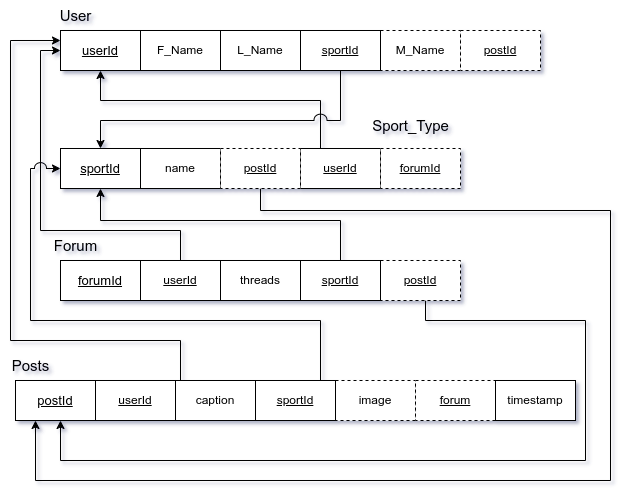
This is Dynamix Schema.png from kalviumcommunity/dynamix, a draw.io export, as it was before one commit. Source tidied: cells renumbered, new cells last; positions are measured from the earlier drawing's top-left corner, leaving out a move shared by most shapes. Its diagram source:
```xml
<mxGraphModel>
  <root>
    <mxCell id="0" />
    <mxCell id="1" parent="0" />
    <mxCell id="2" value="&lt;u&gt;userId&lt;/u&gt;" style="rounded=0;whiteSpace=wrap;html=1;fontSize=13;" parent="1" vertex="1">
      <mxGeometry x="60" y="30" width="80" height="40" as="geometry" />
    </mxCell>
    <mxCell id="3" value="F_Name" style="rounded=0;whiteSpace=wrap;html=1;" parent="1" vertex="1">
      <mxGeometry x="140" y="30" width="80" height="40" as="geometry" />
    </mxCell>
    <mxCell id="4" value="User" style="text;html=1;align=center;verticalAlign=middle;strokeColor=none;fillColor=none;fontSize=15;" parent="1" vertex="1">
      <mxGeometry x="50" width="50" height="30" as="geometry" />
    </mxCell>
    <mxCell id="5" value="L_Name" style="rounded=0;whiteSpace=wrap;html=1;" parent="1" vertex="1">
      <mxGeometry x="220" y="30" width="80" height="40" as="geometry" />
    </mxCell>
    <mxCell id="6" value="&lt;u&gt;postId&lt;/u&gt;" style="rounded=0;whiteSpace=wrap;html=1;dashed=1;" parent="1" vertex="1">
      <mxGeometry x="460" y="30" width="80" height="40" as="geometry" />
    </mxCell>
    <mxCell id="7" value="M_Name" style="rounded=0;whiteSpace=wrap;html=1;fillStyle=auto;dashed=1;" parent="1" vertex="1">
      <mxGeometry x="380" y="30" width="80" height="40" as="geometry" />
    </mxCell>
    <mxCell id="8" value="&lt;u&gt;sportId&lt;/u&gt;" style="rounded=0;whiteSpace=wrap;html=1;fontSize=13;" parent="1" vertex="1">
      <mxGeometry x="60" y="148" width="80" height="40" as="geometry" />
    </mxCell>
    <mxCell id="9" value="name" style="rounded=0;whiteSpace=wrap;html=1;" parent="1" vertex="1">
      <mxGeometry x="140" y="148" width="80" height="40" as="geometry" />
    </mxCell>
    <mxCell id="10" value="Sport_Type" style="text;html=1;align=center;verticalAlign=middle;strokeColor=none;fillColor=none;fontSize=15;" parent="1" vertex="1">
      <mxGeometry x="360" y="110" width="100" height="30" as="geometry" />
    </mxCell>
    <mxCell id="11" style="edgeStyle=orthogonalEdgeStyle;rounded=0;jettySize=auto;html=1;exitX=0.25;exitY=0;exitDx=0;exitDy=0;entryX=0.5;entryY=1;entryDx=0;entryDy=0;" parent="1" edge="1" source="12" target="2">
      <mxGeometry relative="1" as="geometry">
        <Array as="points">
          <mxPoint x="320" y="100" />
          <mxPoint x="100" y="100" />
        </Array>
      </mxGeometry>
    </mxCell>
    <mxCell id="12" value="&lt;u&gt;userId&lt;/u&gt;" style="rounded=0;whiteSpace=wrap;html=1;" parent="1" vertex="1">
      <mxGeometry x="300" y="148" width="80" height="40" as="geometry" />
    </mxCell>
    <mxCell id="13" value="&lt;u&gt;forumId&lt;/u&gt;" style="rounded=0;whiteSpace=wrap;html=1;dashed=1;" parent="1" vertex="1">
      <mxGeometry x="380" y="148" width="80" height="40" as="geometry" />
    </mxCell>
    <mxCell id="14" style="rounded=0;jettySize=auto;html=1;exitX=0.5;exitY=1;exitDx=0;exitDy=0;entryX=0.25;entryY=1;entryDx=0;entryDy=0;edgeStyle=orthogonalEdgeStyle;" parent="1" edge="1" source="15" target="27">
      <mxGeometry relative="1" as="geometry">
        <Array as="points">
          <mxPoint x="260" y="210" />
          <mxPoint x="610" y="210" />
          <mxPoint x="610" y="480" />
          <mxPoint x="35" y="480" />
        </Array>
      </mxGeometry>
    </mxCell>
    <mxCell id="15" value="&lt;u&gt;postId&lt;/u&gt;" style="rounded=0;whiteSpace=wrap;html=1;fillStyle=auto;dashed=1;" parent="1" vertex="1">
      <mxGeometry x="220" y="148" width="80" height="40" as="geometry" />
    </mxCell>
    <mxCell id="16" value="&lt;u&gt;forumId&lt;/u&gt;" style="rounded=0;whiteSpace=wrap;html=1;fontSize=13;" parent="1" vertex="1">
      <mxGeometry x="60" y="260" width="80" height="40" as="geometry" />
    </mxCell>
    <mxCell id="17" style="edgeStyle=orthogonalEdgeStyle;rounded=0;jettySize=auto;html=1;exitX=0.5;exitY=0;exitDx=0;exitDy=0;entryX=0;entryY=0.5;entryDx=0;entryDy=0;" parent="1" edge="1" source="18" target="2">
      <mxGeometry relative="1" as="geometry">
        <Array as="points">
          <mxPoint x="180" y="230" />
          <mxPoint x="40" y="230" />
          <mxPoint x="40" y="50" />
        </Array>
      </mxGeometry>
    </mxCell>
    <mxCell id="18" value="&lt;u&gt;userId&lt;/u&gt;" style="rounded=0;whiteSpace=wrap;html=1;" parent="1" vertex="1">
      <mxGeometry x="140" y="260" width="80" height="40" as="geometry" />
    </mxCell>
    <mxCell id="19" value="Forum" style="text;html=1;align=center;verticalAlign=middle;strokeColor=none;fillColor=none;fontSize=15;" parent="1" vertex="1">
      <mxGeometry x="40" y="230" width="70" height="30" as="geometry" />
    </mxCell>
    <mxCell id="20" value="threads" style="rounded=0;whiteSpace=wrap;html=1;" parent="1" vertex="1">
      <mxGeometry x="220" y="260" width="80" height="40" as="geometry" />
    </mxCell>
    <mxCell id="21" style="edgeStyle=orthogonalEdgeStyle;rounded=0;orthogonalLoop=1;jettySize=auto;html=1;exitX=0.5;exitY=1;exitDx=0;exitDy=0;entryX=0.5;entryY=1;entryDx=0;entryDy=0;" parent="1" edge="1">
      <mxGeometry relative="1" as="geometry">
        <mxPoint x="425" y="300" as="sourcePoint" />
        <mxPoint x="60" y="420" as="targetPoint" />
        <Array as="points">
          <mxPoint x="425" y="320" />
          <mxPoint x="585" y="320" />
          <mxPoint x="585" y="460" />
          <mxPoint x="60" y="460" />
        </Array>
      </mxGeometry>
    </mxCell>
    <mxCell id="22" value="&lt;u&gt;postId&lt;/u&gt;" style="rounded=0;whiteSpace=wrap;html=1;fillStyle=auto;dashed=1;" parent="1" vertex="1">
      <mxGeometry x="380" y="260" width="80" height="40" as="geometry" />
    </mxCell>
    <mxCell id="23" style="edgeStyle=orthogonalEdgeStyle;rounded=0;jettySize=auto;html=1;exitX=0.5;exitY=0;exitDx=0;exitDy=0;entryX=0.5;entryY=1;entryDx=0;entryDy=0;" parent="1" edge="1" source="24" target="8">
      <mxGeometry relative="1" as="geometry">
        <Array as="points">
          <mxPoint x="340" y="220" />
          <mxPoint x="100" y="220" />
        </Array>
      </mxGeometry>
    </mxCell>
    <mxCell id="24" value="&lt;u&gt;sportId&lt;/u&gt;" style="rounded=0;whiteSpace=wrap;html=1;" parent="1" vertex="1">
      <mxGeometry x="300" y="260" width="80" height="40" as="geometry" />
    </mxCell>
    <mxCell id="25" style="edgeStyle=orthogonalEdgeStyle;rounded=0;jettySize=auto;html=1;exitX=0.5;exitY=1;exitDx=0;exitDy=0;jumpStyle=arc;jumpSize=13;" parent="1" edge="1" source="26" target="8">
      <mxGeometry relative="1" as="geometry">
        <Array as="points">
          <mxPoint x="340" y="120" />
          <mxPoint x="100" y="120" />
        </Array>
      </mxGeometry>
    </mxCell>
    <mxCell id="26" value="&lt;u&gt;sportId&lt;/u&gt;" style="rounded=0;whiteSpace=wrap;html=1;" parent="1" vertex="1">
      <mxGeometry x="300" y="30" width="80" height="40" as="geometry" />
    </mxCell>
    <mxCell id="27" value="&lt;u&gt;postId&lt;/u&gt;" style="rounded=0;whiteSpace=wrap;html=1;fontSize=13;" parent="1" vertex="1">
      <mxGeometry x="15" y="380" width="80" height="40" as="geometry" />
    </mxCell>
    <mxCell id="28" style="edgeStyle=orthogonalEdgeStyle;rounded=0;jettySize=auto;html=1;exitX=0.5;exitY=0;exitDx=0;exitDy=0;entryX=0;entryY=0.25;entryDx=0;entryDy=0;" parent="1" edge="1" source="29" target="2">
      <mxGeometry relative="1" as="geometry">
        <Array as="points">
          <mxPoint x="180" y="340" />
          <mxPoint x="10" y="340" />
          <mxPoint x="10" y="40" />
        </Array>
      </mxGeometry>
    </mxCell>
    <mxCell id="29" value="&lt;u&gt;userId&lt;/u&gt;" style="rounded=0;whiteSpace=wrap;html=1;" parent="1" vertex="1">
      <mxGeometry x="95" y="380" width="80" height="40" as="geometry" />
    </mxCell>
    <mxCell id="30" value="Posts" style="text;html=1;align=center;verticalAlign=middle;strokeColor=none;fillColor=none;fontSize=15;" parent="1" vertex="1">
      <mxGeometry y="350" width="60" height="30" as="geometry" />
    </mxCell>
    <mxCell id="31" value="caption" style="rounded=0;whiteSpace=wrap;html=1;" parent="1" vertex="1">
      <mxGeometry x="175" y="380" width="80" height="40" as="geometry" />
    </mxCell>
    <mxCell id="32" value="image" style="rounded=0;whiteSpace=wrap;html=1;fillStyle=auto;dashed=1;" parent="1" vertex="1">
      <mxGeometry x="335" y="380" width="80" height="40" as="geometry" />
    </mxCell>
    <mxCell id="33" style="edgeStyle=orthogonalEdgeStyle;rounded=0;jettySize=auto;html=1;exitX=0.25;exitY=0;exitDx=0;exitDy=0;entryX=0;entryY=0.5;entryDx=0;entryDy=0;jumpStyle=arc;jumpSize=12;" parent="1" edge="1" source="34" target="8">
      <mxGeometry relative="1" as="geometry">
        <Array as="points">
          <mxPoint x="320" y="320" />
          <mxPoint x="30" y="320" />
          <mxPoint x="30" y="168" />
        </Array>
      </mxGeometry>
    </mxCell>
    <mxCell id="34" value="&lt;u&gt;sportId&lt;/u&gt;" style="rounded=0;whiteSpace=wrap;html=1;" parent="1" vertex="1">
      <mxGeometry x="255" y="380" width="80" height="40" as="geometry" />
    </mxCell>
    <mxCell id="35" value="&lt;u&gt;forum&lt;/u&gt;" style="rounded=0;whiteSpace=wrap;html=1;dashed=1;" parent="1" vertex="1">
      <mxGeometry x="415" y="380" width="80" height="40" as="geometry" />
    </mxCell>
    <mxCell id="36" value="timestamp" style="rounded=0;whiteSpace=wrap;html=1;" parent="1" vertex="1">
      <mxGeometry x="495" y="380" width="80" height="40" as="geometry" />
    </mxCell>
  </root>
</mxGraphModel>
```
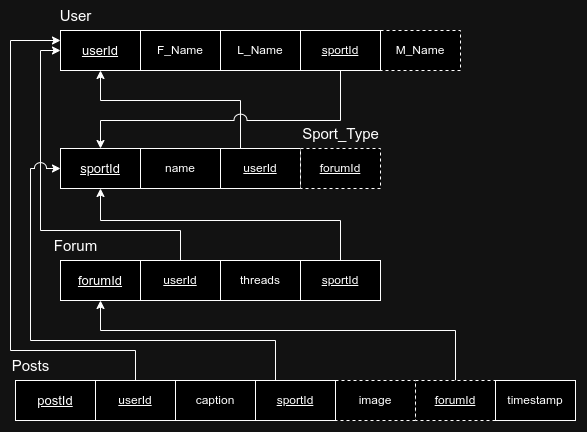
Above is the later version.

Commit message:
modified schema and erd

The edit, as a diff of the source:
```diff
@@ -14,9 +14,6 @@
     <mxCell id="5" value="L_Name" style="rounded=0;whiteSpace=wrap;html=1;" parent="1" vertex="1">
       <mxGeometry x="220" y="30" width="80" height="40" as="geometry" />
     </mxCell>
-    <mxCell id="6" value="&lt;u&gt;postId&lt;/u&gt;" style="rounded=0;whiteSpace=wrap;html=1;dashed=1;" parent="1" vertex="1">
-      <mxGeometry x="460" y="30" width="80" height="40" as="geometry" />
-    </mxCell>
     <mxCell id="7" value="M_Name" style="rounded=0;whiteSpace=wrap;html=1;fillStyle=auto;dashed=1;" parent="1" vertex="1">
       <mxGeometry x="380" y="30" width="80" height="40" as="geometry" />
     </mxCell>
@@ -27,35 +24,22 @@
       <mxGeometry x="140" y="148" width="80" height="40" as="geometry" />
     </mxCell>
     <mxCell id="10" value="Sport_Type" style="text;html=1;align=center;verticalAlign=middle;strokeColor=none;fillColor=none;fontSize=15;" parent="1" vertex="1">
-      <mxGeometry x="360" y="110" width="100" height="30" as="geometry" />
+      <mxGeometry x="290" y="118" width="100" height="30" as="geometry" />
     </mxCell>
     <mxCell id="11" style="edgeStyle=orthogonalEdgeStyle;rounded=0;jettySize=auto;html=1;exitX=0.25;exitY=0;exitDx=0;exitDy=0;entryX=0.5;entryY=1;entryDx=0;entryDy=0;" parent="1" edge="1" source="12" target="2">
       <mxGeometry relative="1" as="geometry">
         <Array as="points">
-          <mxPoint x="320" y="100" />
+          <mxPoint x="240" y="100" />
           <mxPoint x="100" y="100" />
         </Array>
       </mxGeometry>
     </mxCell>
     <mxCell id="12" value="&lt;u&gt;userId&lt;/u&gt;" style="rounded=0;whiteSpace=wrap;html=1;" parent="1" vertex="1">
-      <mxGeometry x="300" y="148" width="80" height="40" as="geometry" />
+      <mxGeometry x="220" y="148" width="80" height="40" as="geometry" />
     </mxCell>
     <mxCell id="13" value="&lt;u&gt;forumId&lt;/u&gt;" style="rounded=0;whiteSpace=wrap;html=1;dashed=1;" parent="1" vertex="1">
-      <mxGeometry x="380" y="148" width="80" height="40" as="geometry" />
+      <mxGeometry x="300" y="148" width="80" height="40" as="geometry" />
     </mxCell>
-    <mxCell id="14" style="rounded=0;jettySize=auto;html=1;exitX=0.5;exitY=1;exitDx=0;exitDy=0;entryX=0.25;entryY=1;entryDx=0;entryDy=0;edgeStyle=orthogonalEdgeStyle;" parent="1" edge="1" source="15" target="27">
-      <mxGeometry relative="1" as="geometry">
-        <Array as="points">
-          <mxPoint x="260" y="210" />
-          <mxPoint x="610" y="210" />
-          <mxPoint x="610" y="480" />
-          <mxPoint x="35" y="480" />
-        </Array>
-      </mxGeometry>
-    </mxCell>
-    <mxCell id="15" value="&lt;u&gt;postId&lt;/u&gt;" style="rounded=0;whiteSpace=wrap;html=1;fillStyle=auto;dashed=1;" parent="1" vertex="1">
-      <mxGeometry x="220" y="148" width="80" height="40" as="geometry" />
-    </mxCell>
     <mxCell id="16" value="&lt;u&gt;forumId&lt;/u&gt;" style="rounded=0;whiteSpace=wrap;html=1;fontSize=13;" parent="1" vertex="1">
       <mxGeometry x="60" y="260" width="80" height="40" as="geometry" />
     </mxCell>
@@ -77,21 +61,6 @@
     <mxCell id="20" value="threads" style="rounded=0;whiteSpace=wrap;html=1;" parent="1" vertex="1">
       <mxGeometry x="220" y="260" width="80" height="40" as="geometry" />
     </mxCell>
-    <mxCell id="21" style="edgeStyle=orthogonalEdgeStyle;rounded=0;orthogonalLoop=1;jettySize=auto;html=1;exitX=0.5;exitY=1;exitDx=0;exitDy=0;entryX=0.5;entryY=1;entryDx=0;entryDy=0;" parent="1" edge="1">
-      <mxGeometry relative="1" as="geometry">
-        <mxPoint x="425" y="300" as="sourcePoint" />
-        <mxPoint x="60" y="420" as="targetPoint" />
-        <Array as="points">
-          <mxPoint x="425" y="320" />
-          <mxPoint x="585" y="320" />
-          <mxPoint x="585" y="460" />
-          <mxPoint x="60" y="460" />
-        </Array>
-      </mxGeometry>
-    </mxCell>
-    <mxCell id="22" value="&lt;u&gt;postId&lt;/u&gt;" style="rounded=0;whiteSpace=wrap;html=1;fillStyle=auto;dashed=1;" parent="1" vertex="1">
-      <mxGeometry x="380" y="260" width="80" height="40" as="geometry" />
-    </mxCell>
     <mxCell id="23" style="edgeStyle=orthogonalEdgeStyle;rounded=0;jettySize=auto;html=1;exitX=0.5;exitY=0;exitDx=0;exitDy=0;entryX=0.5;entryY=1;entryDx=0;entryDy=0;" parent="1" edge="1" source="24" target="8">
       <mxGeometry relative="1" as="geometry">
         <Array as="points">
@@ -120,8 +89,8 @@
     <mxCell id="28" style="edgeStyle=orthogonalEdgeStyle;rounded=0;jettySize=auto;html=1;exitX=0.5;exitY=0;exitDx=0;exitDy=0;entryX=0;entryY=0.25;entryDx=0;entryDy=0;" parent="1" edge="1" source="29" target="2">
       <mxGeometry relative="1" as="geometry">
         <Array as="points">
-          <mxPoint x="180" y="340" />
-          <mxPoint x="10" y="340" />
+          <mxPoint x="135" y="350" />
+          <mxPoint x="10" y="350" />
           <mxPoint x="10" y="40" />
         </Array>
       </mxGeometry>
@@ -141,8 +110,8 @@
     <mxCell id="33" style="edgeStyle=orthogonalEdgeStyle;rounded=0;jettySize=auto;html=1;exitX=0.25;exitY=0;exitDx=0;exitDy=0;entryX=0;entryY=0.5;entryDx=0;entryDy=0;jumpStyle=arc;jumpSize=12;" parent="1" edge="1" source="34" target="8">
       <mxGeometry relative="1" as="geometry">
         <Array as="points">
-          <mxPoint x="320" y="320" />
-          <mxPoint x="30" y="320" />
+          <mxPoint x="275" y="340" />
+          <mxPoint x="30" y="340" />
           <mxPoint x="30" y="168" />
         </Array>
       </mxGeometry>
@@ -150,7 +119,15 @@
     <mxCell id="34" value="&lt;u&gt;sportId&lt;/u&gt;" style="rounded=0;whiteSpace=wrap;html=1;" parent="1" vertex="1">
       <mxGeometry x="255" y="380" width="80" height="40" as="geometry" />
     </mxCell>
+    <mxCell id="37" style="edgeStyle=orthogonalEdgeStyle;rounded=0;jettySize=auto;html=1;exitX=0.5;exitY=0;exitDx=0;exitDy=0;" parent="1" edge="1" source="35" target="16">
+      <mxGeometry relative="1" as="geometry">
+        <Array as="points">
+          <mxPoint x="455" y="330" />
+          <mxPoint x="100" y="330" />
+        </Array>
+      </mxGeometry>
+    </mxCell>
-    <mxCell id="35" value="&lt;u&gt;forum&lt;/u&gt;" style="rounded=0;whiteSpace=wrap;html=1;dashed=1;" parent="1" vertex="1">
+    <mxCell id="35" value="&lt;u&gt;forumId&lt;/u&gt;" style="rounded=0;whiteSpace=wrap;html=1;dashed=1;" parent="1" vertex="1">
       <mxGeometry x="415" y="380" width="80" height="40" as="geometry" />
     </mxCell>
     <mxCell id="36" value="timestamp" style="rounded=0;whiteSpace=wrap;html=1;" parent="1" vertex="1">
```
